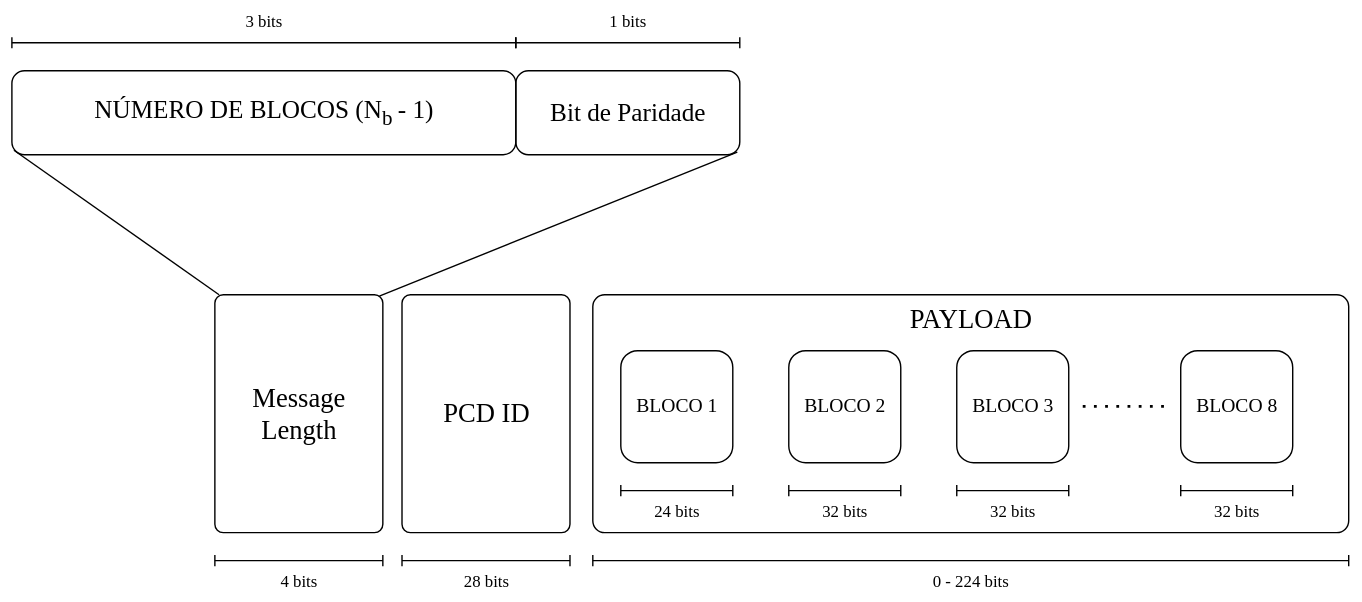
This is ppt/assets/messagelength.svg from arthurcadore/eng-tcc-mono, a draw.io export, as it was before one commit. Source tidied: cells renumbered, new cells last; positions are measured from the earlier drawing's top-left corner, leaving out a move shared by most shapes. Source of this version:
```xml
<mxGraphModel>
  <root>
    <mxCell id="0" />
    <mxCell id="1" parent="0" />
    <mxCell id="2" value="0 - 224 bits" style="text;html=1;align=center;verticalAlign=middle;whiteSpace=wrap;rounded=0;fontFamily=Times New Roman;" parent="1" vertex="1">
      <mxGeometry x="415" y="400" width="540" height="30" as="geometry" />
    </mxCell>
    <mxCell id="3" value="PAYLOAD" style="rounded=1;whiteSpace=wrap;html=1;verticalAlign=top;fontSize=19;fontFamily=Times New Roman;fillColor=none;arcSize=5;" parent="1" vertex="1">
      <mxGeometry x="415" y="210" width="540" height="170" as="geometry" />
    </mxCell>
    <mxCell id="4" value="BLOCO 1" style="rounded=1;whiteSpace=wrap;html=1;fontFamily=Times New Roman;fontSize=14;fillColor=none;" parent="1" vertex="1">
      <mxGeometry x="435" y="250" width="80" height="80" as="geometry" />
    </mxCell>
    <mxCell id="5" value="BLOCO 2" style="rounded=1;whiteSpace=wrap;html=1;fontFamily=Times New Roman;fontSize=14;fillColor=none;" parent="1" vertex="1">
      <mxGeometry x="555" y="250" width="80" height="80" as="geometry" />
    </mxCell>
    <mxCell id="6" value="BLOCO 3" style="rounded=1;whiteSpace=wrap;html=1;fontFamily=Times New Roman;fontSize=14;fillColor=none;" parent="1" vertex="1">
      <mxGeometry x="675" y="250" width="80" height="80" as="geometry" />
    </mxCell>
    <mxCell id="7" value="BLOCO 8" style="rounded=1;whiteSpace=wrap;html=1;fontFamily=Times New Roman;fontSize=14;fillColor=none;" parent="1" vertex="1">
      <mxGeometry x="835" y="250" width="80" height="80" as="geometry" />
    </mxCell>
    <mxCell id="8" style="endArrow=none;dashed=1;html=1;dashPattern=1 3;strokeWidth=2;rounded=0;fontFamily=Times New Roman;" parent="1" edge="1">
      <mxGeometry relative="1" as="geometry">
        <mxPoint x="765" y="289.8" as="sourcePoint" />
        <mxPoint x="825" y="289.8" as="targetPoint" />
      </mxGeometry>
    </mxCell>
    <mxCell id="9" style="endArrow=baseDash;html=1;rounded=0;startArrow=baseDash;startFill=0;endFill=0;fontFamily=Times New Roman;" parent="1" edge="1">
      <mxGeometry relative="1" as="geometry">
        <mxPoint x="435" y="350" as="sourcePoint" />
        <mxPoint x="515" y="350" as="targetPoint" />
      </mxGeometry>
    </mxCell>
    <mxCell id="10" value="24 bits" style="text;html=1;align=center;verticalAlign=middle;whiteSpace=wrap;rounded=0;fontFamily=Times New Roman;" parent="1" vertex="1">
      <mxGeometry x="435" y="350" width="80" height="30" as="geometry" />
    </mxCell>
    <mxCell id="11" style="endArrow=baseDash;html=1;rounded=0;startArrow=baseDash;startFill=0;endFill=0;fontFamily=Times New Roman;" parent="1" edge="1">
      <mxGeometry relative="1" as="geometry">
        <mxPoint x="555" y="350" as="sourcePoint" />
        <mxPoint x="635" y="350" as="targetPoint" />
      </mxGeometry>
    </mxCell>
    <mxCell id="12" value="32 bits" style="text;html=1;align=center;verticalAlign=middle;whiteSpace=wrap;rounded=0;fontFamily=Times New Roman;" parent="1" vertex="1">
      <mxGeometry x="555" y="350" width="80" height="30" as="geometry" />
    </mxCell>
    <mxCell id="13" style="endArrow=baseDash;html=1;rounded=0;startArrow=baseDash;startFill=0;endFill=0;fontFamily=Times New Roman;" parent="1" edge="1">
      <mxGeometry relative="1" as="geometry">
        <mxPoint x="675" y="350" as="sourcePoint" />
        <mxPoint x="755" y="350" as="targetPoint" />
      </mxGeometry>
    </mxCell>
    <mxCell id="14" value="32 bits" style="text;html=1;align=center;verticalAlign=middle;whiteSpace=wrap;rounded=0;fontFamily=Times New Roman;" parent="1" vertex="1">
      <mxGeometry x="675" y="350" width="80" height="30" as="geometry" />
    </mxCell>
    <mxCell id="15" style="endArrow=baseDash;html=1;rounded=0;startArrow=baseDash;startFill=0;endFill=0;fontFamily=Times New Roman;" parent="1" edge="1">
      <mxGeometry relative="1" as="geometry">
        <mxPoint x="835" y="350" as="sourcePoint" />
        <mxPoint x="915" y="350" as="targetPoint" />
      </mxGeometry>
    </mxCell>
    <mxCell id="16" value="32 bits" style="text;html=1;align=center;verticalAlign=middle;whiteSpace=wrap;rounded=0;fontFamily=Times New Roman;" parent="1" vertex="1">
      <mxGeometry x="835" y="350" width="80" height="30" as="geometry" />
    </mxCell>
    <mxCell id="17" style="endArrow=baseDash;html=1;rounded=0;startArrow=baseDash;startFill=0;endFill=0;fontFamily=Times New Roman;entryX=1;entryY=0;entryDx=0;entryDy=0;" parent="1" edge="1" target="2">
      <mxGeometry relative="1" as="geometry">
        <mxPoint x="415" y="400" as="sourcePoint" />
      </mxGeometry>
    </mxCell>
    <mxCell id="18" value="PCD ID" style="rounded=1;whiteSpace=wrap;html=1;verticalAlign=middle;fontSize=19;fontFamily=Times New Roman;fillColor=none;arcSize=5;" parent="1" vertex="1">
      <mxGeometry x="278.7" y="210" width="120" height="170" as="geometry" />
    </mxCell>
    <mxCell id="19" value="28 bits" style="text;html=1;align=center;verticalAlign=middle;whiteSpace=wrap;rounded=0;fontFamily=Times New Roman;" parent="1" vertex="1">
      <mxGeometry x="278.7" y="400" width="120" height="30" as="geometry" />
    </mxCell>
    <mxCell id="20" style="endArrow=baseDash;html=1;rounded=0;startArrow=baseDash;startFill=0;endFill=0;fontFamily=Times New Roman;" parent="1" edge="1">
      <mxGeometry relative="1" as="geometry">
        <mxPoint x="278.7" y="400" as="sourcePoint" />
        <mxPoint x="398.7" y="400" as="targetPoint" />
      </mxGeometry>
    </mxCell>
    <mxCell id="21" value="Message&lt;div&gt;Length&lt;/div&gt;" style="rounded=1;whiteSpace=wrap;html=1;verticalAlign=middle;fontSize=19;fontFamily=Times New Roman;fillColor=none;arcSize=5;" parent="1" vertex="1">
      <mxGeometry x="145" y="210" width="120" height="170" as="geometry" />
    </mxCell>
    <mxCell id="22" value="4 bits" style="text;html=1;align=center;verticalAlign=middle;whiteSpace=wrap;rounded=0;fontFamily=Times New Roman;" parent="1" vertex="1">
      <mxGeometry x="145" y="400" width="120" height="30" as="geometry" />
    </mxCell>
    <mxCell id="23" style="endArrow=baseDash;html=1;rounded=0;startArrow=baseDash;startFill=0;endFill=0;fontFamily=Times New Roman;" parent="1" edge="1">
      <mxGeometry relative="1" as="geometry">
        <mxPoint x="145" y="400" as="sourcePoint" />
        <mxPoint x="265" y="400" as="targetPoint" />
      </mxGeometry>
    </mxCell>
    <mxCell id="24" style="endArrow=none;html=1;rounded=0;entryX=0.004;entryY=0.947;entryDx=0;entryDy=0;entryPerimeter=0;" parent="1" edge="1" target="26">
      <mxGeometry relative="1" as="geometry">
        <mxPoint x="148" y="210" as="sourcePoint" />
      </mxGeometry>
    </mxCell>
    <mxCell id="25" style="endArrow=none;html=1;rounded=0;exitX=0.979;exitY=0.006;exitDx=0;exitDy=0;entryX=0.989;entryY=0.968;entryDx=0;entryDy=0;exitPerimeter=0;entryPerimeter=0;" parent="1" edge="1" source="21" target="27">
      <mxGeometry relative="1" as="geometry" />
    </mxCell>
    <mxCell id="26" value="NÚMERO DE BLOCOS (N&lt;sub&gt;b &lt;/sub&gt;- 1)" style="rounded=1;whiteSpace=wrap;html=1;fillColor=none;fontFamily=Times New Roman;fontSize=18;" parent="1" vertex="1">
      <mxGeometry y="50" width="360" height="60" as="geometry" />
    </mxCell>
    <mxCell id="27" value="Bit de Paridade" style="rounded=1;whiteSpace=wrap;html=1;fillColor=none;fontFamily=Times New Roman;fontSize=18;" parent="1" vertex="1">
      <mxGeometry x="360" y="50" width="160" height="60" as="geometry" />
    </mxCell>
    <mxCell id="28" value="3 bits" style="text;html=1;align=center;verticalAlign=middle;whiteSpace=wrap;rounded=0;fontFamily=Times New Roman;" parent="1" vertex="1">
      <mxGeometry width="360" height="30" as="geometry" />
    </mxCell>
    <mxCell id="29" style="endArrow=baseDash;html=1;rounded=0;startArrow=baseDash;startFill=0;endFill=0;fontFamily=Times New Roman;" parent="1" edge="1">
      <mxGeometry relative="1" as="geometry">
        <mxPoint y="30" as="sourcePoint" />
        <mxPoint x="360" y="30" as="targetPoint" />
      </mxGeometry>
    </mxCell>
    <mxCell id="30" style="endArrow=baseDash;html=1;rounded=0;startArrow=baseDash;startFill=0;endFill=0;fontFamily=Times New Roman;" parent="1" edge="1">
      <mxGeometry relative="1" as="geometry">
        <mxPoint x="360" y="30" as="sourcePoint" />
        <mxPoint x="520" y="30" as="targetPoint" />
      </mxGeometry>
    </mxCell>
    <mxCell id="31" value="1 bits" style="text;html=1;align=center;verticalAlign=middle;whiteSpace=wrap;rounded=0;fontFamily=Times New Roman;" parent="1" vertex="1">
      <mxGeometry x="360" width="160" height="30" as="geometry" />
    </mxCell>
  </root>
</mxGraphModel>
```
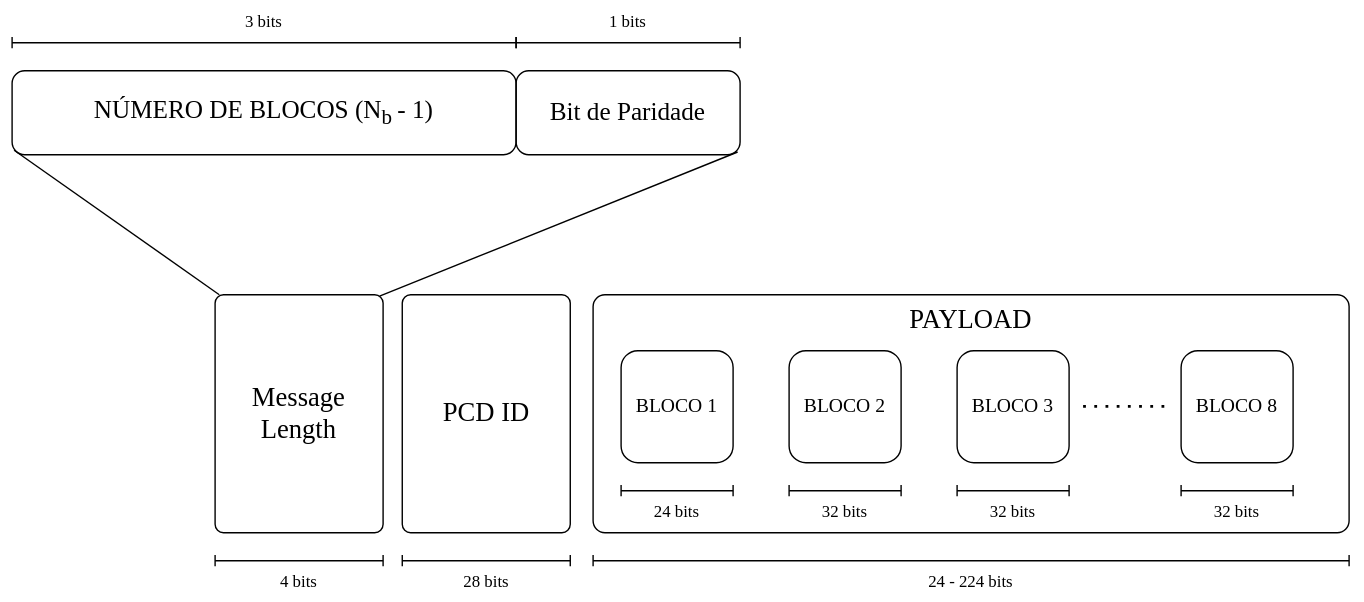
After the commit.

The edit, as a diff of the source:
```diff
@@ -2,7 +2,7 @@
   <root>
     <mxCell id="0" />
     <mxCell id="1" parent="0" />
-    <mxCell id="2" value="0 - 224 bits" style="text;html=1;align=center;verticalAlign=middle;whiteSpace=wrap;rounded=0;fontFamily=Times New Roman;" parent="1" vertex="1">
+    <mxCell id="2" value="24 - 224 bits" style="text;html=1;align=center;verticalAlign=middle;whiteSpace=wrap;rounded=0;fontFamily=Times New Roman;" parent="1" vertex="1">
       <mxGeometry x="415" y="400" width="540" height="30" as="geometry" />
     </mxCell>
     <mxCell id="3" value="PAYLOAD" style="rounded=1;whiteSpace=wrap;html=1;verticalAlign=top;fontSize=19;fontFamily=Times New Roman;fillColor=none;arcSize=5;" parent="1" vertex="1">
```
